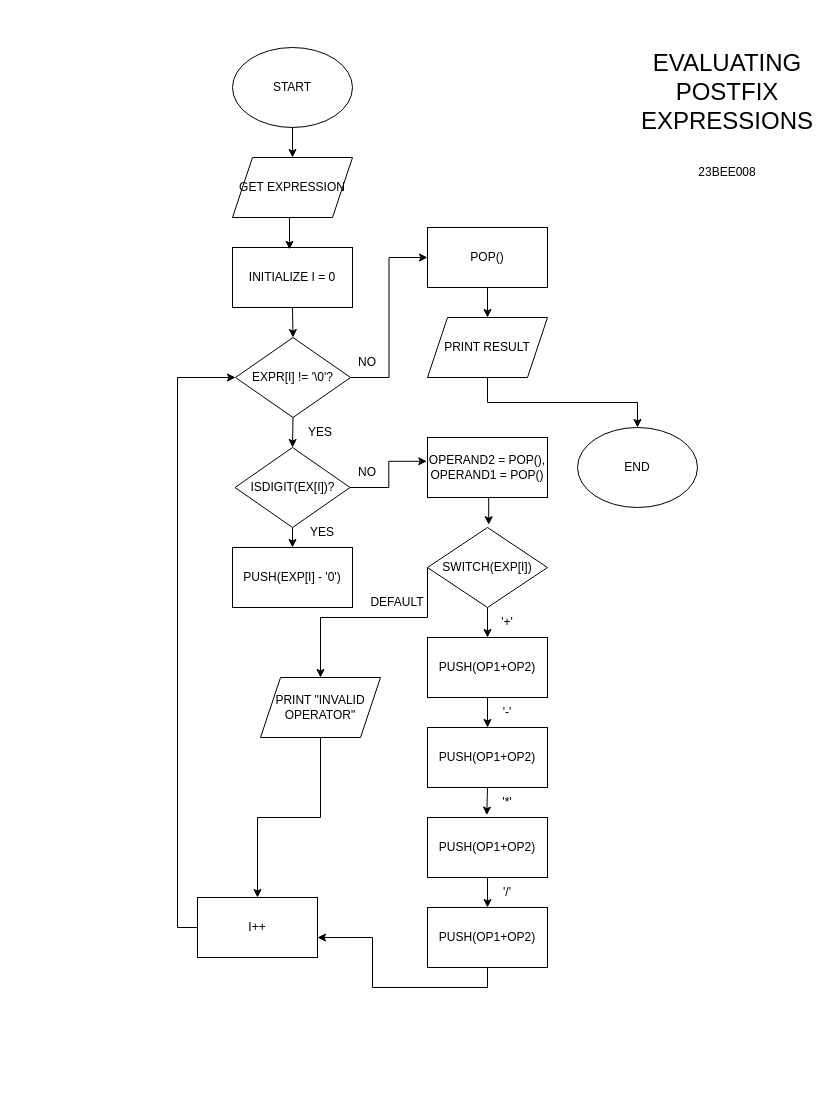
Above: Exp8.drawio in ahamril2265/DSA-LABS (draw.io), before the change. Source tidied: cells renumbered, new cells numbered last; positions are measured from the earlier drawing's top-left corner, leaving out a move shared by most shapes. Both pictures are drawn from the tidied source at 100%, with x=0, y=0 at pixel (197, 47).
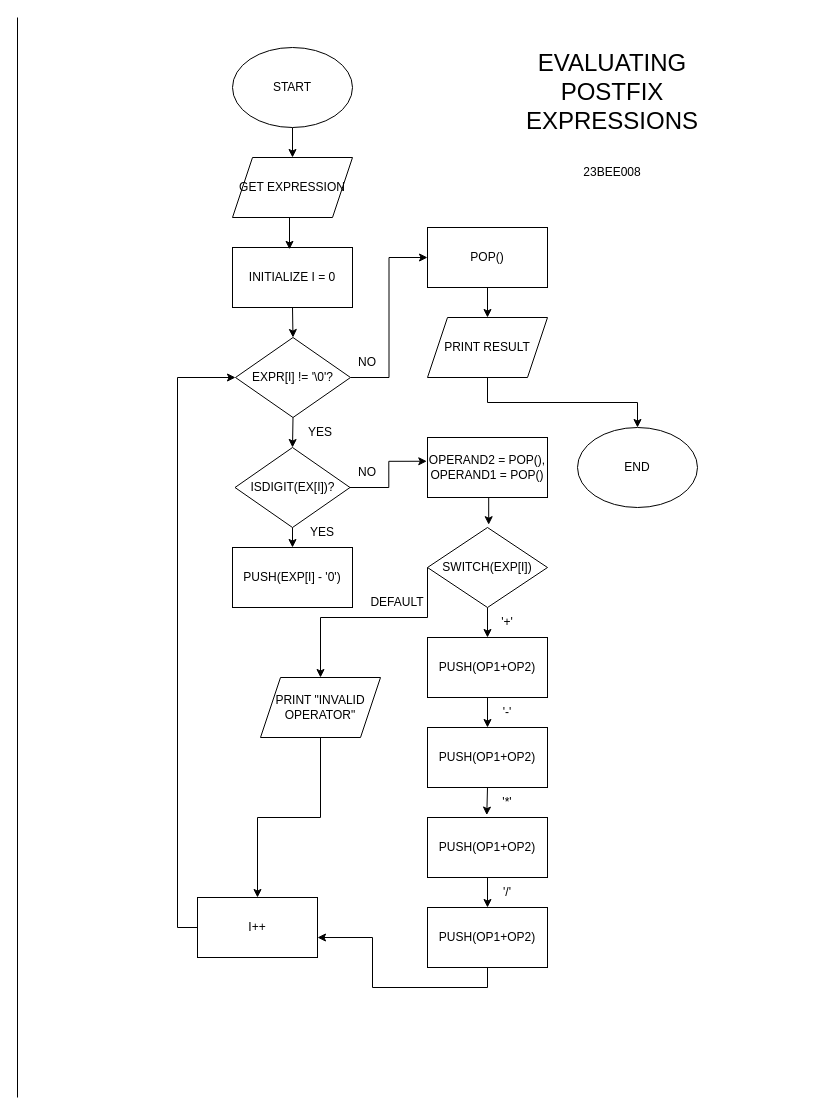
Above is the later version.

What changed in the source:
```diff
@@
     <mxCell id="46" value="&lt;font style=&quot;font-size: 24px;&quot;&gt;EVALUATING POSTFIX EXPRESSIONS&lt;/font&gt;" style="text;html=1;whiteSpace=wrap;strokeColor=none;fillColor=none;align=center;verticalAlign=middle;rounded=0;" parent="1" vertex="1">
-      <mxGeometry x="500" y="30" width="60" height="30" as="geometry" />
+      <mxGeometry x="385" y="30" width="60" height="30" as="geometry" />
     </mxCell>
     <mxCell id="47" value="23BEE008" style="text;html=1;whiteSpace=wrap;strokeColor=none;fillColor=none;align=center;verticalAlign=middle;rounded=0;" parent="1" vertex="1">
-      <mxGeometry x="500" y="110" width="60" height="30" as="geometry" />
+      <mxGeometry x="385" y="110" width="60" height="30" as="geometry" />
     </mxCell>
+    <mxCell id="48" style="endArrow=none;html=1;rounded=0;" parent="1" edge="1">
+      <mxGeometry relative="1" as="geometry">
+        <mxPoint x="-180" y="1050" as="sourcePoint" />
+        <mxPoint x="-180" y="-30" as="targetPoint" />
+      </mxGeometry>
+    </mxCell>
```
